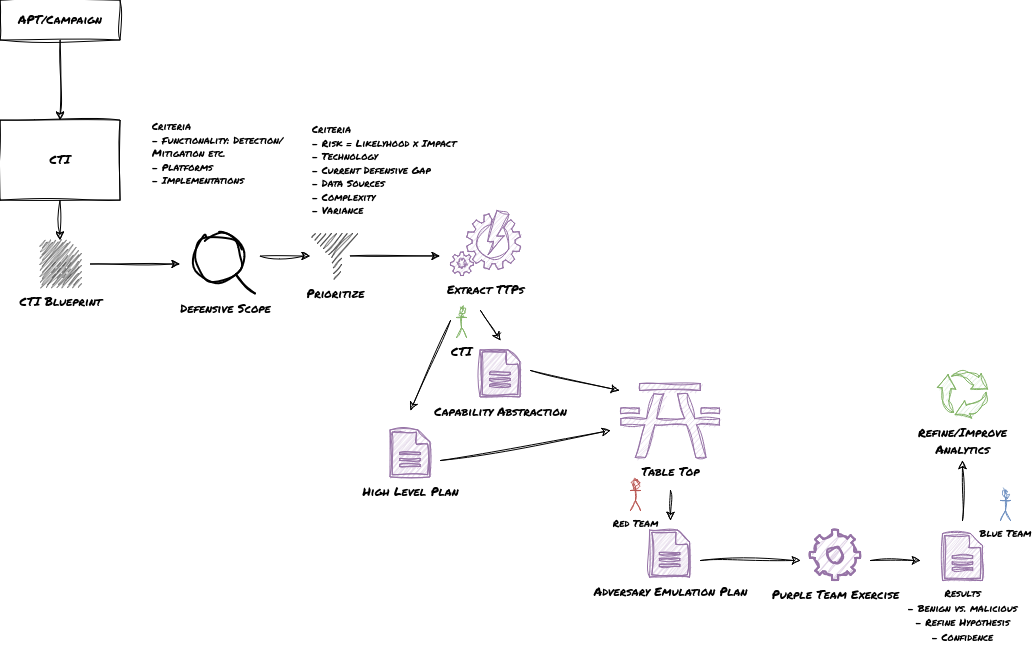
gitrsi/cyberops.zone keeps this draw.io diagram as resources/Purple Teaming Exercise/material/PT_Exercise.drawio.png. Above is the earlier version. Source tidied: cells renumbered, new cells last; positions are measured from the earlier drawing's top-left corner, leaving out a move shared by most shapes.
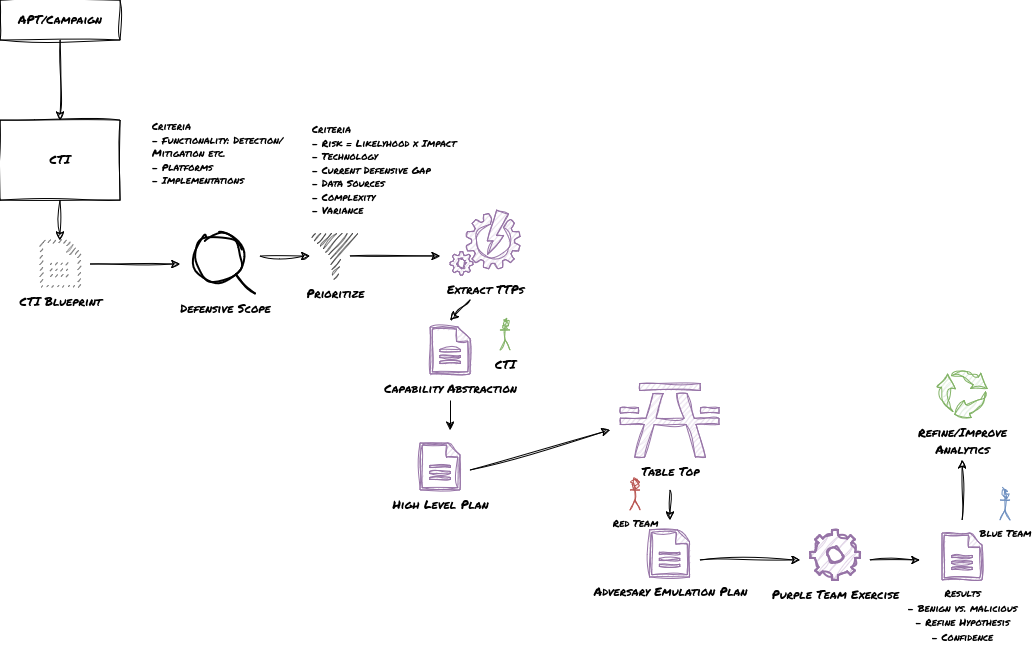
The same file after the commit.

Diff of the diagram source:
```diff
@@ -48,10 +48,10 @@
       </mxGeometry>
     </mxCell>
     <mxCell id="14" value="&lt;font face=&quot;Permanent Marker&quot;&gt;Capability Abstraction&lt;/font&gt;" style="shadow=0;dashed=0;html=1;strokeColor=#9673a6;fillColor=#e1d5e7;labelPosition=center;verticalLabelPosition=bottom;verticalAlign=top;align=center;shape=mxgraph.office.concepts.document;sketch=1;curveFitting=1;jiggle=2;" parent="1" vertex="1">
-      <mxGeometry x="480" y="350" width="40" height="47" as="geometry" />
+      <mxGeometry x="430" y="327" width="40" height="47" as="geometry" />
     </mxCell>
     <mxCell id="15" value="&lt;font face=&quot;Permanent Marker&quot;&gt;High Level Plan&lt;br&gt;&lt;/font&gt;" style="shadow=0;dashed=0;html=1;strokeColor=#9673a6;fillColor=#e1d5e7;labelPosition=center;verticalLabelPosition=bottom;verticalAlign=top;align=center;shape=mxgraph.office.concepts.document;sketch=1;curveFitting=1;jiggle=2;" parent="1" vertex="1">
-      <mxGeometry x="390" y="430" width="40" height="47" as="geometry" />
+      <mxGeometry x="420" y="443" width="40" height="47" as="geometry" />
     </mxCell>
     <mxCell id="16" value="&lt;font face=&quot;Permanent Marker&quot;&gt;Adversary Emulation Plan&lt;br&gt;&lt;/font&gt;" style="shadow=0;dashed=0;html=1;strokeColor=#9673a6;fillColor=#e1d5e7;labelPosition=center;verticalLabelPosition=bottom;verticalAlign=top;align=center;shape=mxgraph.office.concepts.document;sketch=1;curveFitting=1;jiggle=2;" parent="1" vertex="1">
       <mxGeometry x="649.5" y="530" width="40" height="47" as="geometry" />
@@ -62,14 +62,9 @@
     <mxCell id="18" value="&lt;font face=&quot;Permanent Marker&quot;&gt;Table Top&lt;br&gt;&lt;/font&gt;" style="shape=mxgraph.signs.sports.picnic_table_2;html=1;fillColor=#e1d5e7;strokeColor=#9673a6;verticalLabelPosition=bottom;verticalAlign=top;align=center;sketch=1;curveFitting=1;jiggle=2;" parent="1" vertex="1">
       <mxGeometry x="620" y="370" width="99" height="87" as="geometry" />
     </mxCell>
-    <mxCell id="19" style="endArrow=classic;html=1;rounded=0;entryX=-0.01;entryY=0.23;entryDx=0;entryDy=0;entryPerimeter=0;sketch=1;curveFitting=1;jiggle=2;" parent="1" edge="1" target="18">
-      <mxGeometry relative="1" as="geometry">
-        <mxPoint x="530" y="370" as="sourcePoint" />
-      </mxGeometry>
-    </mxCell>
     <mxCell id="20" style="endArrow=classic;html=1;rounded=0;sketch=1;curveFitting=1;jiggle=2;" parent="1" edge="1">
       <mxGeometry relative="1" as="geometry">
-        <mxPoint x="440" y="460" as="sourcePoint" />
+        <mxPoint x="470" y="470" as="sourcePoint" />
         <mxPoint x="610" y="430" as="targetPoint" />
       </mxGeometry>
     </mxCell>
@@ -96,16 +91,10 @@
     </mxCell>
     <mxCell id="25" style="endArrow=classic;html=1;rounded=0;sketch=1;curveFitting=1;jiggle=2;" parent="1" edge="1">
       <mxGeometry relative="1" as="geometry">
-        <mxPoint x="480" y="310" as="sourcePoint" />
-        <mxPoint x="500" y="340" as="targetPoint" />
+        <mxPoint x="470" y="300" as="sourcePoint" />
+        <mxPoint x="450" y="320" as="targetPoint" />
       </mxGeometry>
     </mxCell>
-    <mxCell id="26" style="endArrow=classic;html=1;rounded=0;sketch=1;curveFitting=1;jiggle=2;" parent="1" edge="1">
-      <mxGeometry relative="1" as="geometry">
-        <mxPoint x="450" y="320" as="sourcePoint" />
-        <mxPoint x="410" y="410" as="targetPoint" />
-      </mxGeometry>
-    </mxCell>
     <mxCell id="27" value="&lt;font face=&quot;Permanent Marker&quot;&gt;Extract TTPs&lt;br&gt;&lt;/font&gt;" style="verticalLabelPosition=bottom;html=1;verticalAlign=top;align=center;strokeColor=#9673a6;fillColor=#e1d5e7;shape=mxgraph.azure.automation;sketch=1;curveFitting=1;jiggle=2;" parent="1" vertex="1">
       <mxGeometry x="450" y="210" width="70" height="65" as="geometry" />
     </mxCell>
@@ -122,10 +111,16 @@
       <mxGeometry x="630" y="480" width="10" height="30" as="geometry" />
     </mxCell>
     <mxCell id="31" value="&lt;font face=&quot;Permanent Marker&quot;&gt;CTI&lt;/font&gt;" style="shape=umlActor;verticalLabelPosition=bottom;verticalAlign=top;html=1;sketch=1;curveFitting=1;jiggle=2;fillColor=#d5e8d4;strokeColor=#82b366;" parent="1" vertex="1">
-      <mxGeometry x="456" y="307" width="10" height="30" as="geometry" />
+      <mxGeometry x="500" y="320" width="10" height="30" as="geometry" />
     </mxCell>
     <mxCell id="32" value="&lt;font style=&quot;font-size: 10px;&quot; face=&quot;Permanent Marker&quot;&gt;Blue Team&lt;br&gt;&lt;/font&gt;" style="shape=umlActor;verticalLabelPosition=bottom;verticalAlign=top;html=1;sketch=1;curveFitting=1;jiggle=2;fillColor=#dae8fc;strokeColor=#6c8ebf;" parent="1" vertex="1">
       <mxGeometry x="1000" y="490" width="10" height="30" as="geometry" />
     </mxCell>
+    <mxCell id="33" style="endArrow=classic;html=1;rounded=0;" parent="1" edge="1">
+      <mxGeometry relative="1" as="geometry">
+        <mxPoint x="450" y="400" as="sourcePoint" />
+        <mxPoint x="450" y="430" as="targetPoint" />
+      </mxGeometry>
+    </mxCell>
   </root>
 </mxGraphModel>
```
